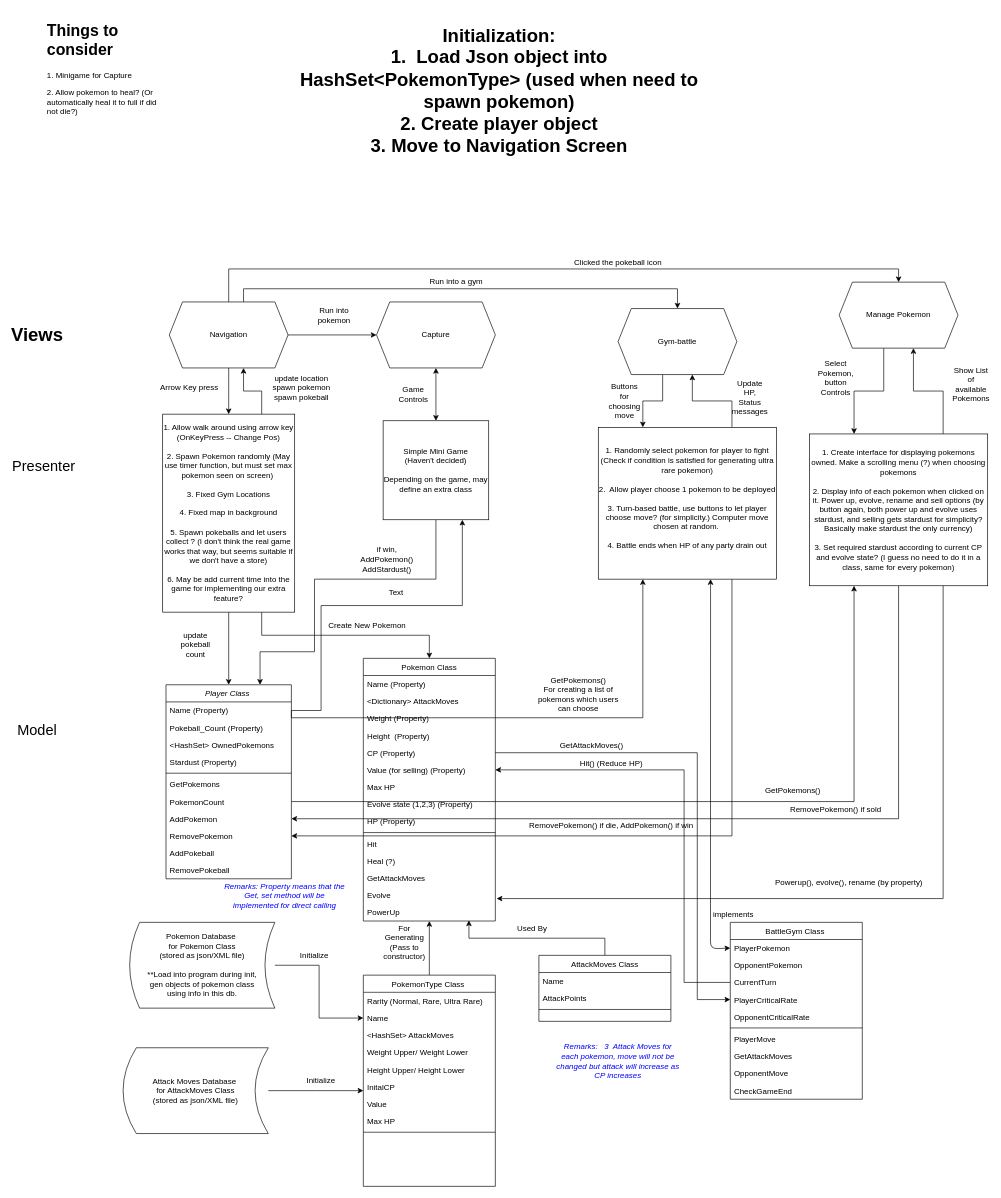
Above: Untitled Diagram.drawio in tpmmthomas/ierg3080-pokemon-go (draw.io), before the change. Source tidied: cells renumbered, new cells numbered last; positions are measured from the earlier drawing's top-left corner, leaving out a move shared by most shapes. Both pictures are drawn from the tidied source at 66%, with x=0, y=0 at pixel (24, 18).
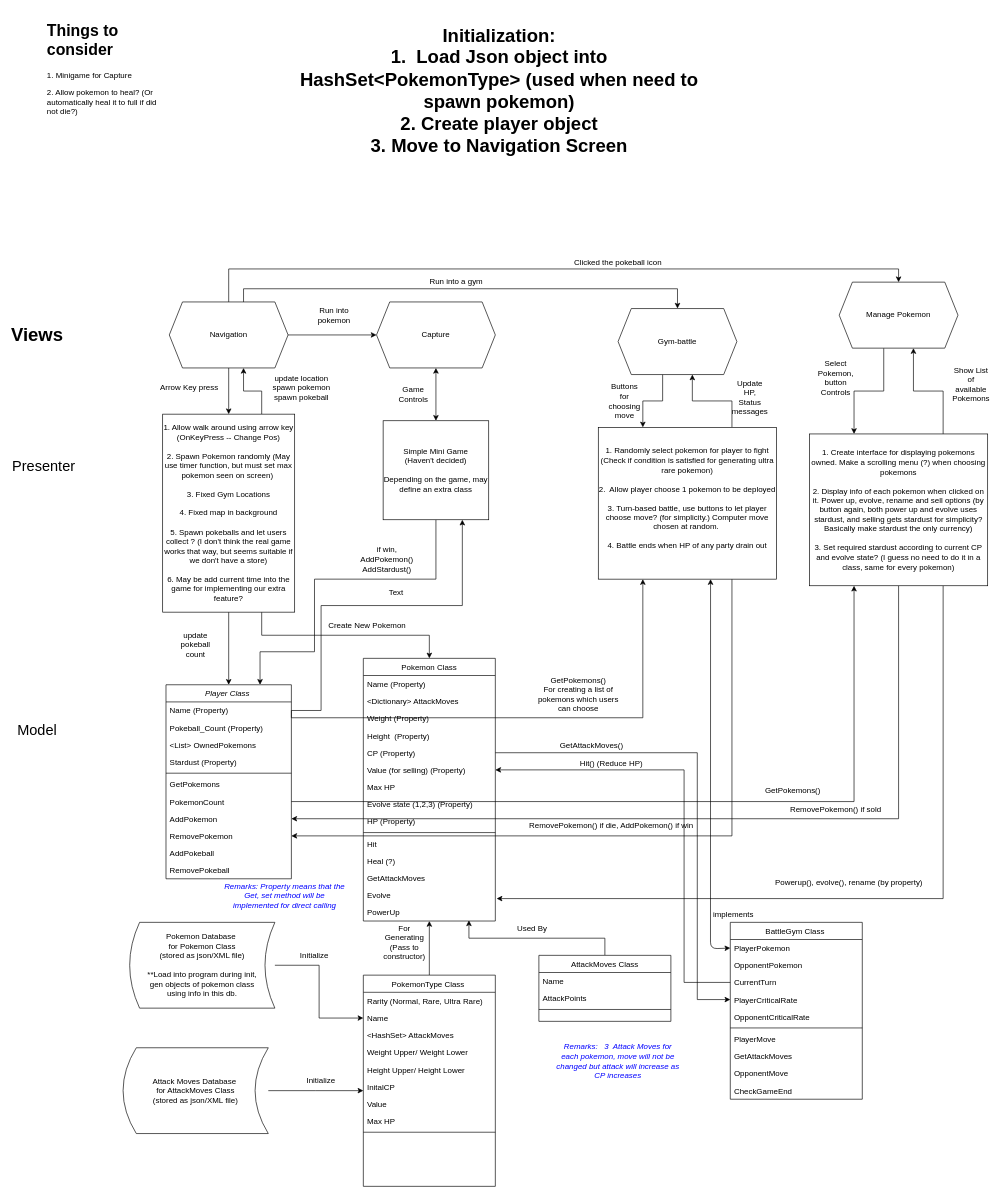
The same page after the edit.

The change refers to these unchanged cells:
```xml
<mxCell id="2" value="Player Class " style="swimlane;fontStyle=2;align=center;verticalAlign=top;horizontal=1;startSize=26;rounded=0;shadow=0;strokeWidth=1;" parent="1" vertex="1">
  <mxGeometry x="215" y="1010" width="190" height="294" as="geometry" />
</mxCell>
```

Change to the diagram source:
```diff
@@
-    <mxCell id="5" value="&lt;HashSet&gt; OwnedPokemons" style="text;align=left;verticalAlign=top;spacingLeft=4;spacingRight=4;overflow=hidden;rounded=0;shadow=0;html=0;" parent="2" vertex="1">
+    <mxCell id="5" value="&lt;List&gt; OwnedPokemons" style="text;align=left;verticalAlign=top;spacingLeft=4;spacingRight=4;overflow=hidden;rounded=0;shadow=0;html=0;" parent="2" vertex="1">
       <mxGeometry y="78" width="190" height="26" as="geometry" />
     </mxCell>
```
